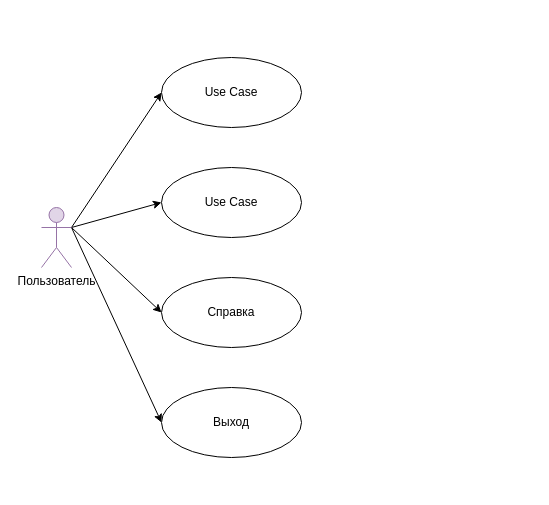
The draw.io diagram Для Pr_1.drawio in KorovinKirill/WindowsForm_Pr_1, before the edit. Source tidied: cells renumbered, new cells numbered last; positions are measured from the earlier drawing's top-left corner, leaving out a move shared by most shapes. Both pictures are drawn from the tidied source at 100%, with x=0, y=0 at pixel (41, 57).
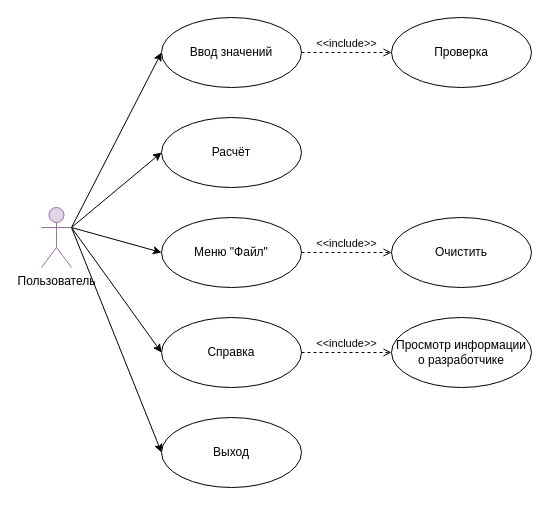
Above is the later version.

The edit, as a diff of the source:
```diff
@@
 <mxGraphModel>
   <root>
     <mxCell id="0" />
     <mxCell id="1" parent="0" />
     <mxCell id="2" style="rounded=0;jettySize=auto;html=1;entryX=0;entryY=0.5;entryDx=0;entryDy=0;exitX=1;exitY=0.3333333333333333;exitDx=0;exitDy=0;exitPerimeter=0;" parent="1" edge="1" source="6" target="8">
       <mxGeometry relative="1" as="geometry" />
     </mxCell>
     <mxCell id="3" style="rounded=0;jettySize=auto;html=1;entryX=0;entryY=0.5;entryDx=0;entryDy=0;exitX=1;exitY=0.3333333333333333;exitDx=0;exitDy=0;exitPerimeter=0;" parent="1" edge="1" source="6" target="7">
       <mxGeometry relative="1" as="geometry" />
     </mxCell>
     <mxCell id="4" style="rounded=0;jettySize=auto;html=1;entryX=0;entryY=0.5;entryDx=0;entryDy=0;exitX=1;exitY=0.3333333333333333;exitDx=0;exitDy=0;exitPerimeter=0;" parent="1" edge="1" source="6" target="9">
       <mxGeometry relative="1" as="geometry" />
     </mxCell>
     <mxCell id="5" style="rounded=0;jettySize=auto;html=1;entryX=0;entryY=0.5;entryDx=0;entryDy=0;exitX=1;exitY=0.3333333333333333;exitDx=0;exitDy=0;exitPerimeter=0;" parent="1" edge="1" source="6" target="10">
       <mxGeometry relative="1" as="geometry" />
     </mxCell>
+    <mxCell id="11" style="rounded=0;jettySize=auto;html=1;entryX=0;entryY=0.5;entryDx=0;entryDy=0;exitX=1;exitY=0.3333333333333333;exitDx=0;exitDy=0;exitPerimeter=0;" parent="1" edge="1" source="6" target="15">
+      <mxGeometry relative="1" as="geometry" />
+    </mxCell>
     <mxCell id="6" value="Пользователь" style="shape=umlActor;verticalLabelPosition=bottom;verticalAlign=top;html=1;fillColor=#e1d5e7;strokeColor=#9673a6;" parent="1" vertex="1">
       <mxGeometry y="150" width="30" height="60" as="geometry" />
     </mxCell>
     <mxCell id="7" value="Справка" style="ellipse;whiteSpace=wrap;html=1;" parent="1" vertex="1">
-      <mxGeometry x="120" y="220" width="140" height="70" as="geometry" />
+      <mxGeometry x="120" y="260" width="140" height="70" as="geometry" />
     </mxCell>
     <mxCell id="8" value="Выход" style="ellipse;whiteSpace=wrap;html=1;" parent="1" vertex="1">
-      <mxGeometry x="120" y="330" width="140" height="70" as="geometry" />
+      <mxGeometry x="120" y="360" width="140" height="70" as="geometry" />
     </mxCell>
-    <mxCell id="9" value="Use Case" style="ellipse;whiteSpace=wrap;html=1;" parent="1" vertex="1">
-      <mxGeometry x="120" y="110" width="140" height="70" as="geometry" />
+    <mxCell id="9" value="Расчёт" style="ellipse;whiteSpace=wrap;html=1;" parent="1" vertex="1">
+      <mxGeometry x="120" y="60" width="140" height="70" as="geometry" />
     </mxCell>
-    <mxCell id="10" value="Use Case" style="ellipse;whiteSpace=wrap;html=1;" parent="1" vertex="1">
-      <mxGeometry x="120" width="140" height="70" as="geometry" />
+    <mxCell id="10" value="Ввод значений" style="ellipse;whiteSpace=wrap;html=1;" parent="1" vertex="1">
+      <mxGeometry x="120" y="-40" width="140" height="70" as="geometry" />
     </mxCell>
+    <mxCell id="12" value="Проверка" style="ellipse;whiteSpace=wrap;html=1;" parent="1" vertex="1">
+      <mxGeometry x="350" y="-40" width="140" height="70" as="geometry" />
+    </mxCell>
+    <mxCell id="13" value="&amp;lt;&amp;lt;include&amp;gt;&amp;gt;" style="html=1;verticalAlign=bottom;labelBackgroundColor=none;endArrow=open;endFill=0;dashed=1;rounded=0;entryX=0;entryY=0.5;entryDx=0;entryDy=0;exitX=1;exitY=0.5;exitDx=0;exitDy=0;" parent="1" edge="1" source="10" target="12">
+      <mxGeometry relative="1" as="geometry" />
+    </mxCell>
+    <mxCell id="14" value="Просмотр информации о разработчике" style="ellipse;whiteSpace=wrap;html=1;" parent="1" vertex="1">
+      <mxGeometry x="350" y="260" width="140" height="70" as="geometry" />
+    </mxCell>
+    <mxCell id="15" value="Меню &quot;Файл&quot;" style="ellipse;whiteSpace=wrap;html=1;" parent="1" vertex="1">
+      <mxGeometry x="120" y="160" width="140" height="70" as="geometry" />
+    </mxCell>
+    <mxCell id="16" value="&amp;lt;&amp;lt;include&amp;gt;&amp;gt;" style="html=1;verticalAlign=bottom;labelBackgroundColor=none;endArrow=open;endFill=0;dashed=1;rounded=0;entryX=0;entryY=0.5;entryDx=0;entryDy=0;exitX=1;exitY=0.5;exitDx=0;exitDy=0;" parent="1" edge="1" source="7" target="14">
+      <mxGeometry relative="1" as="geometry" />
+    </mxCell>
+    <mxCell id="17" value="Очистить" style="ellipse;whiteSpace=wrap;html=1;" parent="1" vertex="1">
+      <mxGeometry x="350" y="160" width="140" height="70" as="geometry" />
+    </mxCell>
+    <mxCell id="18" value="&amp;lt;&amp;lt;include&amp;gt;&amp;gt;" style="html=1;verticalAlign=bottom;labelBackgroundColor=none;endArrow=open;endFill=0;dashed=1;rounded=0;entryX=0;entryY=0.5;entryDx=0;entryDy=0;exitX=1;exitY=0.5;exitDx=0;exitDy=0;" parent="1" edge="1" source="15" target="17">
+      <mxGeometry relative="1" as="geometry" />
+    </mxCell>
   </root>
 </mxGraphModel>
```
